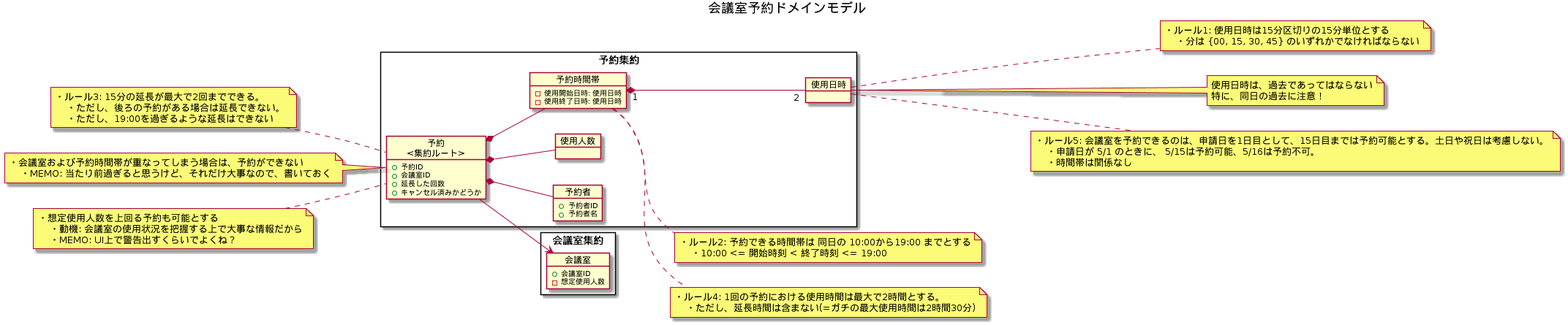
This is diagram/ドメインモデル.png from ModelingKai/meeting-room-python, a PlantUML export, as it was before one commit.
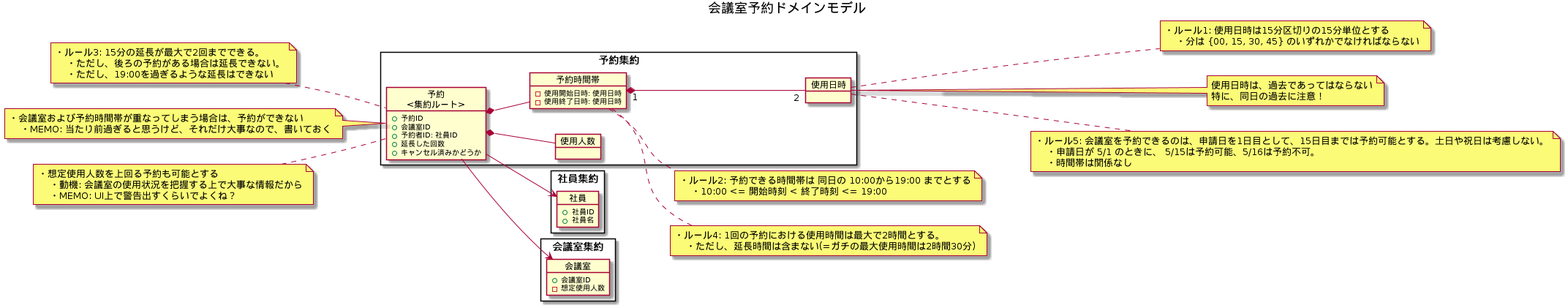
The same file after the commit.

Commit message:
Generate SVG and PNG images for PlantUML diagrams

Diff of the diagram source:
```diff
@@ -4,18 +4,20 @@
 
 left to right direction
 
+rectangle 社員集約 {
+    object 社員 {
+        + 社員ID
+        + 社員名
+    }
+}
 
 rectangle 予約集約 {
     object "予約\n<集約ルート>" as c1 {
         + 予約ID
         + 会議室ID
+        + 予約者ID: 社員ID
         + 延長した回数
         + キャンセル済みかどうか
-    }
-
-    object 予約者 {
-        + 予約者ID
-        + 予約者名
     }
 
     object 使用人数 {
@@ -41,7 +43,7 @@
 
 
 c1 --> 会議室
-c1 *-- 予約者
+c1 --> 社員
 c1 *-- 使用人数
 c1 *-- 予約時間帯
 予約時間帯 "1" *-- "2" 使用日時
```
